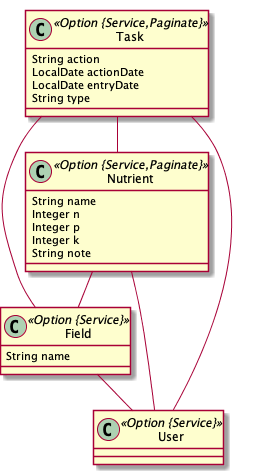
This is entities.png from mertenb/ackerlog, a PlantUML export, as it was before one commit. Source of this version:
```plantuml
@startuml
	!pragma graphviz_dot jdot
	!pragma syntax class
	class Field <<Option {Service}>> {
		String name
	}
	class Task <<Option {Service,Paginate}>> {
		String action
		LocalDate actionDate
		LocalDate entryDate
		String type
	}
	class Nutrient <<Option {Service,Paginate}>> {
		String name
		Integer n
		Integer p
		Integer k
		String note
	}
	Task  "user(login)  1..* " o-- "0..1 "  User
	Field  "user(login)  1..* " o-- "0..1 "  User
	Nutrient  "user(login)  1..* " o-- "0..1 "  User
	Task  "field(name) 0..* " o-- "0..1 "  Field
	Nutrient  "field(name)  1..* " o-- "0..1 "  Field
	Task  "nutrient 0..1 " -- "0..1 "  Nutrient
	class User <<Option {Service}>> {
	}
@enduml
```
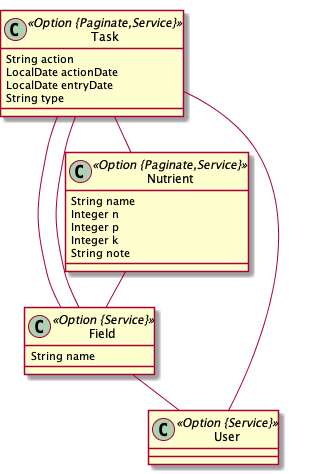
After the change.

Diff of the diagram source:
```diff
@@ -4,22 +4,22 @@
 	class Field <<Option {Service}>> {
 		String name
 	}
-	class Task <<Option {Service,Paginate}>> {
+	class Task <<Option {Paginate,Service}>> {
 		String action
 		LocalDate actionDate
 		LocalDate entryDate
 		String type
 	}
-	class Nutrient <<Option {Service,Paginate}>> {
+	class Nutrient <<Option {Paginate,Service}>> {
 		String name
 		Integer n
 		Integer p
 		Integer k
 		String note
 	}
-	Task  "user(login)  1..* " o-- "0..1 "  User
-	Field  "user(login)  1..* " o-- "0..1 "  User
-	Nutrient  "user(login)  1..* " o-- "0..1 "  User
+	Field  "user(login) 0..* " o-- "0..1 "  User
+	Task  "user(login) 0..* " o-- "0..1 "  User
+	Task  "field(name) 0..* " o-- "0..1 "  Field
 	Task  "field(name) 0..* " o-- "0..1 "  Field
 	Nutrient  "field(name)  1..* " o-- "0..1 "  Field
 	Task  "nutrient 0..1 " -- "0..1 "  Nutrient
```
